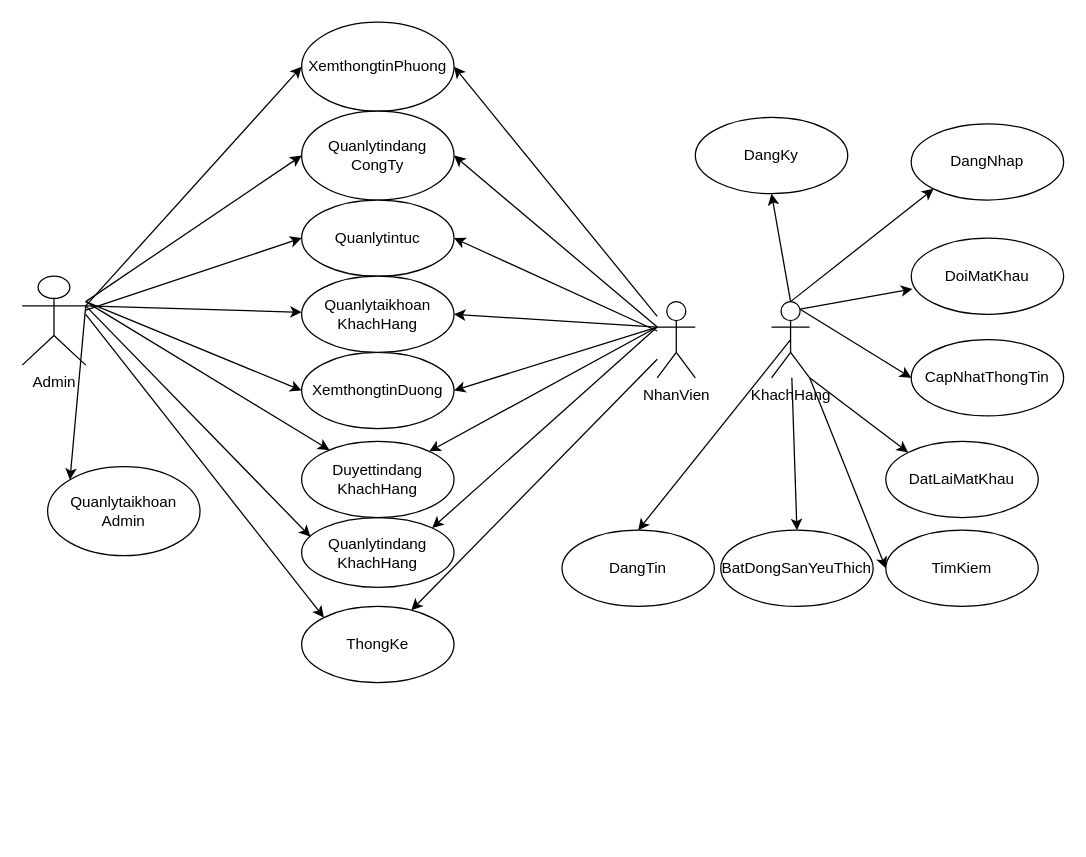
phamhieudev/BatDongSan keeps this draw.io diagram as page "Page-1" (1 of 19) of usecasetongquatbds.drawio. Above is the earlier version. Source tidied: cells renumbered, new cells numbered last; positions are measured from the earlier drawing's top-left corner, leaving out a move shared by most shapes. Both pictures are drawn from the tidied source at 127%, with x=0, y=0 at pixel (22, 22).
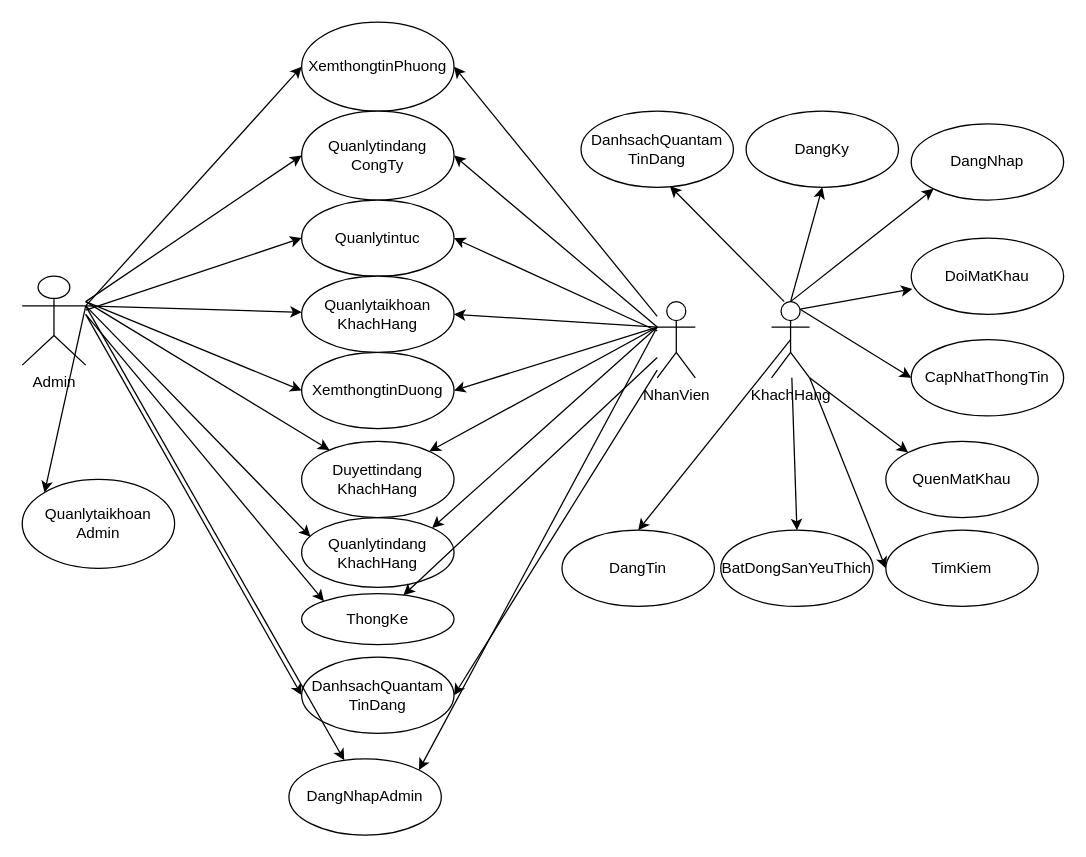
The same diagram, later.

Unchanged cells that the change refers to:
```xml
<mxCell id="2" value="Admin" style="shape=umlActor;verticalLabelPosition=bottom;verticalAlign=top;html=1;outlineConnect=0;" parent="1" vertex="1">
  <mxGeometry y="200" width="50" height="70" as="geometry" />
</mxCell>
<mxCell id="3" value="NhanVien" style="shape=umlActor;verticalLabelPosition=bottom;verticalAlign=top;html=1;outlineConnect=0;" parent="1" vertex="1">
  <mxGeometry x="500" y="220" width="30" height="60" as="geometry" />
</mxCell>
```

Diff of the diagram source:
```diff
@@
     <mxCell id="6" value="Quanlytaikhoan&lt;br&gt;Admin" style="ellipse;whiteSpace=wrap;html=1;" parent="1" vertex="1">
-      <mxGeometry x="20" y="350" width="120" height="70" as="geometry" />
+      <mxGeometry y="360" width="120" height="70" as="geometry" />
     </mxCell>
@@
     <mxCell id="10" value="ThongKe" style="ellipse;whiteSpace=wrap;html=1;" parent="1" vertex="1">
-      <mxGeometry x="220" y="460" width="120" height="60" as="geometry" />
+      <mxGeometry x="220" y="450" width="120" height="40" as="geometry" />
     </mxCell>
@@
     <mxCell id="31" value="DangKy" style="ellipse;whiteSpace=wrap;html=1;" parent="1" vertex="1">
-      <mxGeometry x="530" y="75" width="120" height="60" as="geometry" />
+      <mxGeometry x="570" y="70" width="120" height="60" as="geometry" />
     </mxCell>
@@
-    <mxCell id="33" value="DatLaiMatKhau" style="ellipse;whiteSpace=wrap;html=1;" parent="1" vertex="1">
+    <mxCell id="33" value="QuenMatKhau" style="ellipse;whiteSpace=wrap;html=1;" parent="1" vertex="1">
       <mxGeometry x="680" y="330" width="120" height="60" as="geometry" />
     </mxCell>
@@
+    <mxCell id="47" value="DanhsachQuantam&lt;br&gt;TinDang" style="ellipse;whiteSpace=wrap;html=1;" parent="1" vertex="1">
+      <mxGeometry x="440" y="70" width="120" height="60" as="geometry" />
+    </mxCell>
+    <mxCell id="48" style="endArrow=classic;html=1;entryX=0.583;entryY=0.983;entryDx=0;entryDy=0;entryPerimeter=0;" parent="1" edge="1" target="47">
+      <mxGeometry relative="1" as="geometry">
+        <mxPoint x="600" y="220" as="sourcePoint" />
+      </mxGeometry>
+    </mxCell>
+    <mxCell id="49" value="DanhsachQuantam&lt;br&gt;TinDang" style="ellipse;whiteSpace=wrap;html=1;" parent="1" vertex="1">
+      <mxGeometry x="220" y="500" width="120" height="60" as="geometry" />
+    </mxCell>
+    <mxCell id="50" style="endArrow=classic;html=1;entryX=0;entryY=0.5;entryDx=0;entryDy=0;" parent="1" edge="1" target="49">
+      <mxGeometry relative="1" as="geometry">
+        <mxPoint x="50" y="230" as="sourcePoint" />
+      </mxGeometry>
+    </mxCell>
+    <mxCell id="51" style="endArrow=classic;html=1;entryX=1;entryY=0.5;entryDx=0;entryDy=0;" parent="1" edge="1" source="3" target="49">
+      <mxGeometry relative="1" as="geometry" />
+    </mxCell>
+    <mxCell id="52" value="DangNhapAdmin" style="ellipse;whiteSpace=wrap;html=1;" parent="1" vertex="1">
+      <mxGeometry x="210" y="580" width="120" height="60" as="geometry" />
+    </mxCell>
+    <mxCell id="53" style="endArrow=classic;html=1;exitX=1;exitY=0.3333333333333333;exitDx=0;exitDy=0;exitPerimeter=0;" parent="1" edge="1" source="2" target="52">
+      <mxGeometry relative="1" as="geometry" />
+    </mxCell>
+    <mxCell id="54" style="endArrow=classic;html=1;entryX=1;entryY=0;entryDx=0;entryDy=0;exitX=0;exitY=0.3333333333333333;exitDx=0;exitDy=0;exitPerimeter=0;" parent="1" edge="1" source="3" target="52">
+      <mxGeometry relative="1" as="geometry" />
+    </mxCell>
```
